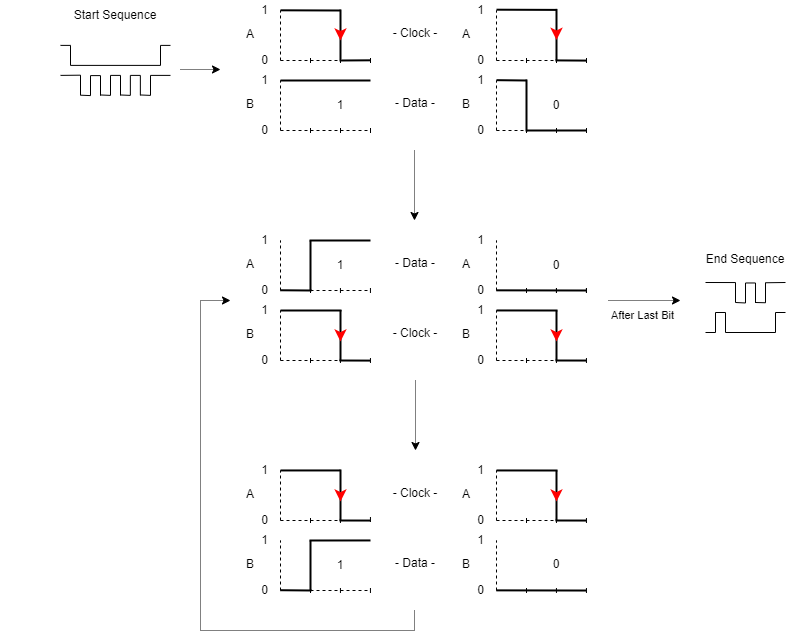
Before: images/Maple_Bus_State_Truth_Table.png, a diagram exported from draw.io (OrangeFox86/DreamcastControllerUsbPico). Source tidied: cells renumbered, new cells last; positions are measured from the earlier drawing's top-left corner, leaving out a move shared by most shapes.
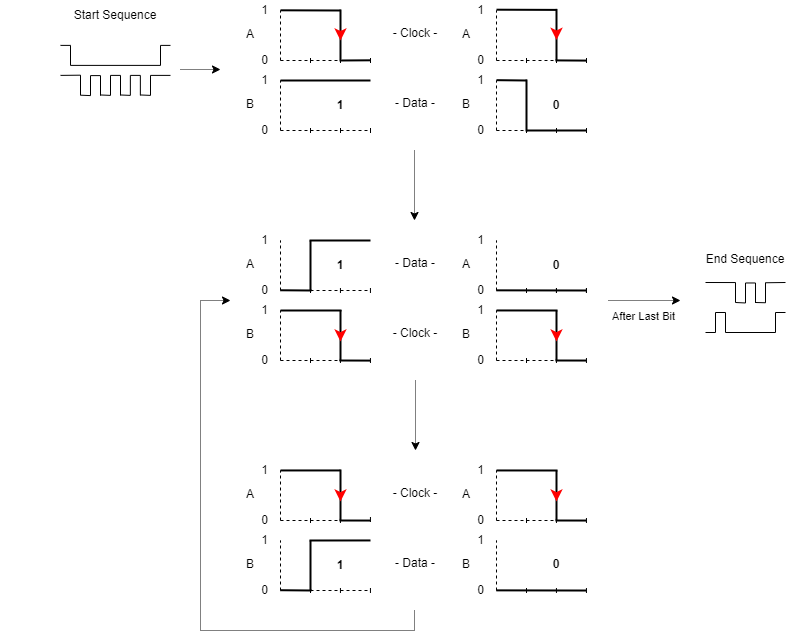
The same file after the commit.

Diff of the diagram source:
```diff
@@ -89,7 +89,7 @@
         <mxPoint x="80" y="57.5" as="targetPoint" />
       </mxGeometry>
     </mxCell>
-    <mxCell id="21" value="1" style="text;html=1;strokeColor=none;fillColor=none;align=center;verticalAlign=middle;whiteSpace=wrap;rounded=0;fontSize=12;" parent="14" vertex="1">
+    <mxCell id="21" value="1" style="text;html=1;strokeColor=none;fillColor=none;align=center;verticalAlign=middle;whiteSpace=wrap;rounded=0;fontSize=12;fontStyle=1;" parent="14" vertex="1">
       <mxGeometry x="100" y="25" width="20" height="20" as="geometry" />
     </mxCell>
     <mxCell id="22" style="endArrow=none;html=1;fontSize=12;strokeWidth=2;" parent="1" edge="1">
@@ -185,7 +185,7 @@
         <mxPoint x="80" y="9" as="targetPoint" />
       </mxGeometry>
     </mxCell>
-    <mxCell id="42" value="0" style="text;html=1;strokeColor=none;fillColor=none;align=center;verticalAlign=middle;whiteSpace=wrap;rounded=0;fontSize=12;" parent="34" vertex="1">
+    <mxCell id="42" value="0" style="text;html=1;strokeColor=none;fillColor=none;align=center;verticalAlign=middle;whiteSpace=wrap;rounded=0;fontSize=12;fontStyle=1;" parent="34" vertex="1">
       <mxGeometry x="100" y="25" width="20" height="20" as="geometry" />
     </mxCell>
     <mxCell id="43" style="endArrow=none;html=1;fontSize=12;strokeWidth=2;" parent="1" edge="1">
@@ -239,7 +239,7 @@
         <mxPoint x="81" y="60" as="targetPoint" />
       </mxGeometry>
     </mxCell>
-    <mxCell id="54" value="1" style="text;html=1;strokeColor=none;fillColor=none;align=center;verticalAlign=middle;whiteSpace=wrap;rounded=0;fontSize=12;" parent="45" vertex="1">
+    <mxCell id="54" value="1" style="text;html=1;strokeColor=none;fillColor=none;align=center;verticalAlign=middle;whiteSpace=wrap;rounded=0;fontSize=12;fontStyle=1;" parent="45" vertex="1">
       <mxGeometry x="100" y="25" width="20" height="20" as="geometry" />
     </mxCell>
     <mxCell id="55" style="group;" parent="44" vertex="1">
@@ -323,7 +323,7 @@
         <mxPoint x="140" y="60" as="targetPoint" />
       </mxGeometry>
     </mxCell>
-    <mxCell id="73" value="0" style="text;html=1;strokeColor=none;fillColor=none;align=center;verticalAlign=middle;whiteSpace=wrap;rounded=0;fontSize=12;" parent="66" vertex="1">
+    <mxCell id="73" value="0" style="text;html=1;strokeColor=none;fillColor=none;align=center;verticalAlign=middle;whiteSpace=wrap;rounded=0;fontSize=12;fontStyle=1;" parent="66" vertex="1">
       <mxGeometry x="100" y="25" width="20" height="20" as="geometry" />
     </mxCell>
     <mxCell id="74" style="group;" parent="65" vertex="1">
@@ -470,7 +470,7 @@
         <mxPoint x="140" y="10" as="targetPoint" />
       </mxGeometry>
     </mxCell>
-    <mxCell id="105" value="1" style="text;html=1;strokeColor=none;fillColor=none;align=center;verticalAlign=middle;whiteSpace=wrap;rounded=0;fontSize=12;" parent="96" vertex="1">
+    <mxCell id="105" value="1" style="text;html=1;strokeColor=none;fillColor=none;align=center;verticalAlign=middle;whiteSpace=wrap;rounded=0;fontSize=12;fontStyle=1;" parent="96" vertex="1">
       <mxGeometry x="100" y="25" width="20" height="20" as="geometry" />
     </mxCell>
     <mxCell id="106" style="group;" parent="1" vertex="1">
@@ -554,7 +554,7 @@
         <mxPoint x="140" y="60" as="targetPoint" />
       </mxGeometry>
     </mxCell>
-    <mxCell id="124" value="0" style="text;html=1;strokeColor=none;fillColor=none;align=center;verticalAlign=middle;whiteSpace=wrap;rounded=0;fontSize=12;" parent="117" vertex="1">
+    <mxCell id="124" value="0" style="text;html=1;strokeColor=none;fillColor=none;align=center;verticalAlign=middle;whiteSpace=wrap;rounded=0;fontSize=12;fontStyle=1;" parent="117" vertex="1">
       <mxGeometry x="100" y="24" width="20" height="20" as="geometry" />
     </mxCell>
     <mxCell id="125" style="endArrow=none;html=1;rounded=0;" parent="1" edge="1">
```
